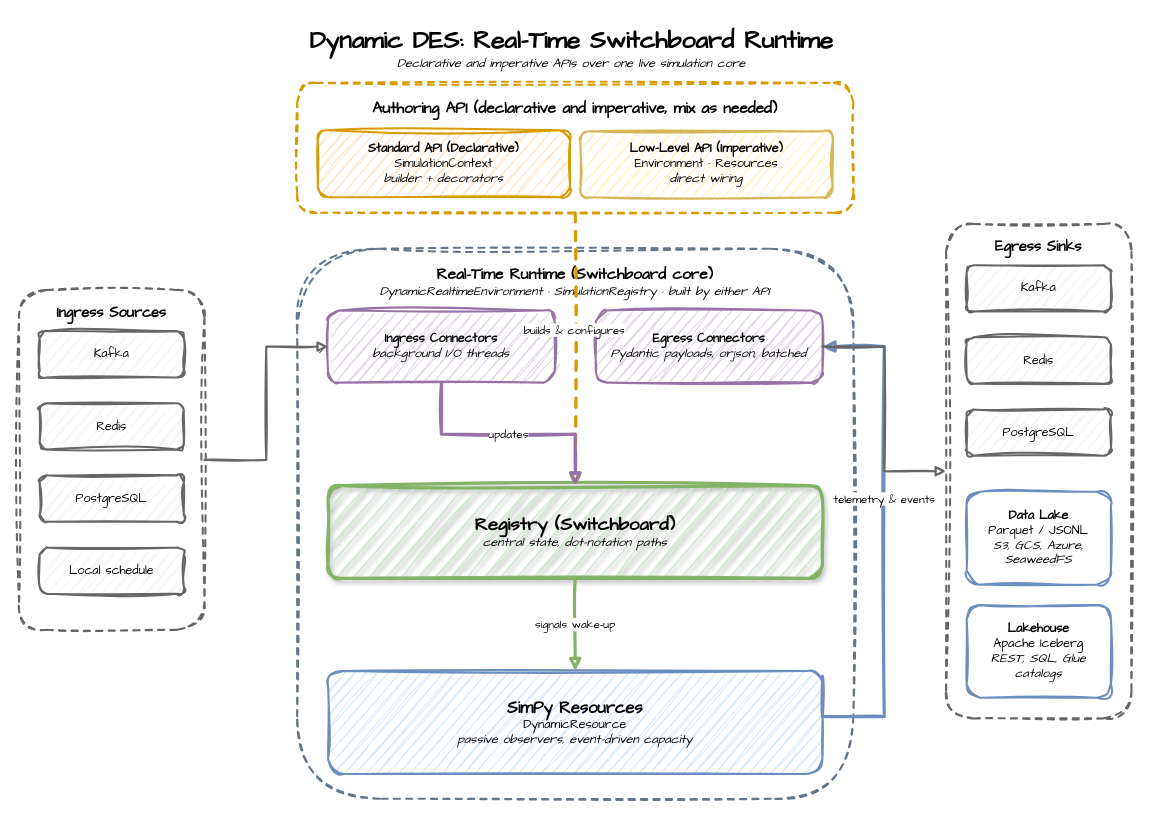
Earlier version of the draw.io diagram docs/assets/architecture.drawio (jaehyeon-kim/dynamic-des). Source tidied: cells renumbered, new cells numbered last; positions are measured from the earlier drawing's top-left corner, leaving out a move shared by most shapes. Both pictures are drawn from the tidied source at 103%, with x=0, y=0 at pixel (19, 18).
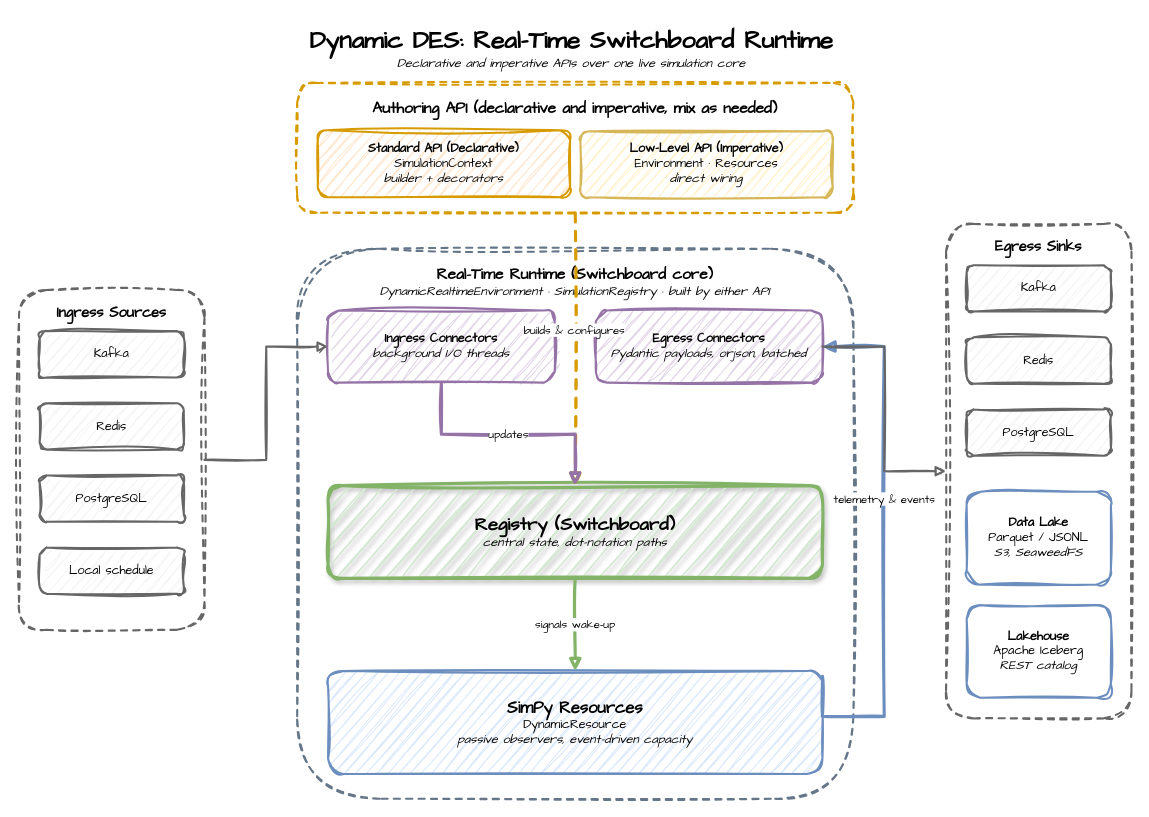
The same diagram, later.

Commit message (it also covers changes not shown here):
docs: claim only the storage and catalogs that are tested

What changed in the source:
```diff
@@
-    <mxCell id="20" value="&lt;b&gt;Data Lake&lt;/b&gt;&lt;br&gt;Parquet / JSONL&lt;br&gt;&lt;i&gt;S3, GCS, Azure, SeaweedFS&lt;/i&gt;" style="rounded=1;whiteSpace=wrap;html=1;sketch=1;curveFitting=1;jiggle=2;fillColor=#ffffff;strokeColor=#6c8ebf;fontFamily=Comic Sans MS;strokeWidth=2;" parent="1" vertex="1">
+    <mxCell id="20" value="&lt;b&gt;Data Lake&lt;/b&gt;&lt;br&gt;Parquet / JSONL&lt;br&gt;&lt;i&gt;S3, SeaweedFS&lt;/i&gt;" style="rounded=1;whiteSpace=wrap;html=1;sketch=1;curveFitting=1;jiggle=2;fillColor=#ffffff;strokeColor=#6c8ebf;fontFamily=Comic Sans MS;strokeWidth=2;" parent="1" vertex="1">
       <mxGeometry x="920" y="460" width="140" height="90" as="geometry" />
     </mxCell>
-    <mxCell id="21" value="&lt;b&gt;Lakehouse&lt;/b&gt;&lt;br&gt;Apache Iceberg&lt;br&gt;&lt;i&gt;REST, SQL, Glue catalogs&lt;/i&gt;" style="rounded=1;whiteSpace=wrap;html=1;sketch=1;curveFitting=1;jiggle=2;fillColor=#ffffff;strokeColor=#6c8ebf;fontFamily=Comic Sans MS;strokeWidth=2;" parent="1" vertex="1">
+    <mxCell id="21" value="&lt;b&gt;Lakehouse&lt;/b&gt;&lt;br&gt;Apache Iceberg&lt;br&gt;&lt;i&gt;REST catalog&lt;/i&gt;" style="rounded=1;whiteSpace=wrap;html=1;sketch=1;curveFitting=1;jiggle=2;fillColor=#ffffff;strokeColor=#6c8ebf;fontFamily=Comic Sans MS;strokeWidth=2;" parent="1" vertex="1">
       <mxGeometry x="920" y="570" width="140" height="90" as="geometry" />
     </mxCell>
```
